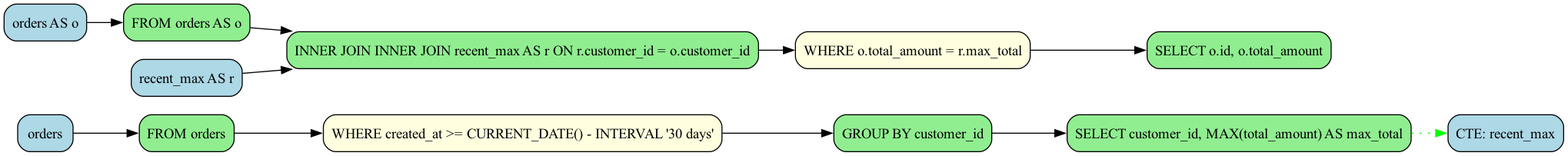
Earlier version of the Graphviz export examples/cte_with_join_operation.png (rot1024/sqloflow). Its source is kept beside it as examples/cte_with_join_operation.dot.
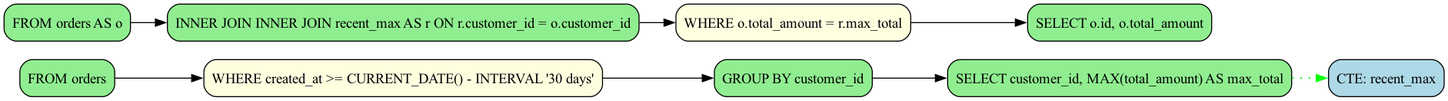
Above is the later version.

Diff of the diagram source:
```diff
@@ -2,27 +2,21 @@
   rankdir=LR;
   node [shape=box, style=rounded];
 
-  node_0 [label="orders", fillcolor=lightblue, style="filled,rounded"];
-  node_5 [label="CTE: recent_max", fillcolor=lightblue, style="filled,rounded"];
-  node_6 [label="orders AS o", fillcolor=lightblue, style="filled,rounded"];
-  node_8 [label="recent_max AS r", fillcolor=lightblue, style="filled,rounded"];
-  node_1 [label="FROM orders", fillcolor=lightgreen, style="filled,rounded"];
-  node_3 [label="GROUP BY customer_id", fillcolor=lightgreen, style="filled,rounded"];
-  node_4 [label="SELECT customer_id, MAX(total_amount) AS max_total", fillcolor=lightgreen, style="filled,rounded"];
-  node_7 [label="FROM orders AS o", fillcolor=lightgreen, style="filled,rounded"];
-  node_9 [label="INNER JOIN INNER JOIN recent_max AS r ON r.customer_id = o.customer_id", fillcolor=lightgreen, style="filled,rounded"];
-  node_11 [label="SELECT o.id, o.total_amount", fillcolor=lightgreen, style="filled,rounded"];
-  node_2 [label="WHERE created_at >= CURRENT_DATE() - INTERVAL '30 days'", fillcolor=lightyellow, style="filled,rounded"];
-  node_10 [label="WHERE o.total_amount = r.max_total", fillcolor=lightyellow, style="filled,rounded"];
+  node_0 [label="FROM orders", fillcolor=lightgreen, style="filled,rounded"];
+  node_2 [label="GROUP BY customer_id", fillcolor=lightgreen, style="filled,rounded"];
+  node_3 [label="SELECT customer_id, MAX(total_amount) AS max_total", fillcolor=lightgreen, style="filled,rounded"];
+  node_5 [label="FROM orders AS o", fillcolor=lightgreen, style="filled,rounded"];
+  node_6 [label="INNER JOIN INNER JOIN recent_max AS r ON r.customer_id = o.customer_id", fillcolor=lightgreen, style="filled,rounded"];
+  node_8 [label="SELECT o.id, o.total_amount", fillcolor=lightgreen, style="filled,rounded"];
+  node_1 [label="WHERE created_at >= CURRENT_DATE() - INTERVAL '30 days'", fillcolor=lightyellow, style="filled,rounded"];
+  node_7 [label="WHERE o.total_amount = r.max_total", fillcolor=lightyellow, style="filled,rounded"];
+  node_4 [label="CTE: recent_max", fillcolor=lightblue, style="filled,rounded"];
 
   node_0 -> node_1 [color=black];
   node_1 -> node_2 [color=black];
   node_2 -> node_3 [color=black];
-  node_3 -> node_4 [color=black];
-  node_4 -> node_5 [color=green, style=dotted];
+  node_3 -> node_4 [color=green, style=dotted];
+  node_5 -> node_6 [color=black];
   node_6 -> node_7 [color=black];
-  node_7 -> node_9 [color=black];
-  node_8 -> node_9 [color=black];
-  node_9 -> node_10 [color=black];
-  node_10 -> node_11 [color=black];
+  node_7 -> node_8 [color=black];
 }
```
